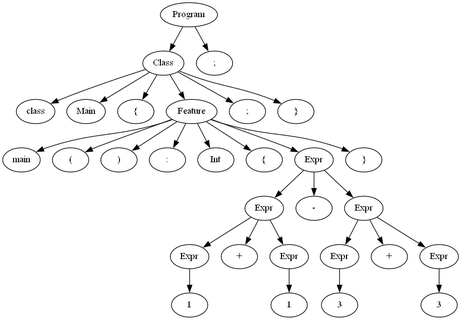
The Graphviz diagram output.gv.png in Manuel-Archila/Proyecto0_CC, before a commit. Its source is kept beside it as output.gv. Source of this version:
```dot
digraph {
	0 [label=Program]
	0 -> 1
	1 [label=Class]
	1 -> 2
	2 [label=class]
	1 -> 3
	3 [label=Main]
	1 -> 4
	4 [label="{"]
	1 -> 5
	5 [label=Feature]
	5 -> 6
	6 [label=main]
	5 -> 7
	7 [label="("]
	5 -> 8
	8 [label=")"]
	5 -> 9
	9 [label=":"]
	5 -> 10
	10 [label=Int]
	5 -> 11
	11 [label="{"]
	5 -> 12
	12 [label=Expr]
	12 -> 13
	13 [label=Expr]
	13 -> 14
	14 [label=Expr]
	14 -> 15
	15 [label=1]
	13 -> 16
	16 [label="+"]
	13 -> 17
	17 [label=Expr]
	17 -> 18
	18 [label=1]
	12 -> 19
	19 [label="-"]
	12 -> 20
	20 [label=Expr]
	20 -> 21
	21 [label=Expr]
	21 -> 22
	22 [label=3]
	20 -> 23
	23 [label="+"]
	20 -> 24
	24 [label=Expr]
	24 -> 25
	25 [label=3]
	5 -> 26
	26 [label="}"]
	1 -> 27
	27 [label=";"]
	1 -> 28
	28 [label="}"]
	0 -> 29
	29 [label=";"]
}
```
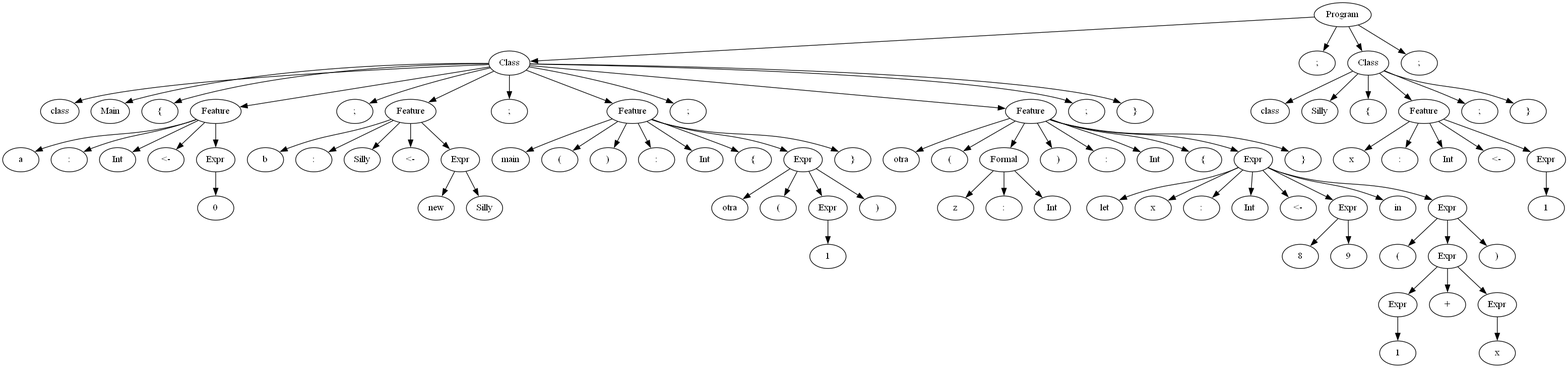
Later version of the same file.

Diff of the diagram source:
```diff
@@ -11,51 +11,161 @@
 	1 -> 5
 	5 [label=Feature]
 	5 -> 6
-	6 [label=main]
+	6 [label=a]
 	5 -> 7
-	7 [label="("]
+	7 [label=":"]
 	5 -> 8
-	8 [label=")"]
+	8 [label=Int]
 	5 -> 9
-	9 [label=":"]
+	9 [label="<-"]
 	5 -> 10
-	10 [label=Int]
-	5 -> 11
-	11 [label="{"]
-	5 -> 12
-	12 [label=Expr]
-	12 -> 13
-	13 [label=Expr]
+	10 [label=Expr]
+	10 -> 11
+	11 [label=0]
+	1 -> 12
+	12 [label=";"]
+	1 -> 13
+	13 [label=Feature]
 	13 -> 14
-	14 [label=Expr]
-	14 -> 15
-	15 [label=1]
+	14 [label=b]
+	13 -> 15
+	15 [label=":"]
 	13 -> 16
-	16 [label="+"]
+	16 [label=Silly]
 	13 -> 17
-	17 [label=Expr]
-	17 -> 18
-	18 [label=1]
-	12 -> 19
-	19 [label="-"]
-	12 -> 20
-	20 [label=Expr]
-	20 -> 21
-	21 [label=Expr]
-	21 -> 22
-	22 [label=3]
-	20 -> 23
-	23 [label="+"]
-	20 -> 24
-	24 [label=Expr]
-	24 -> 25
-	25 [label=3]
-	5 -> 26
-	26 [label="}"]
-	1 -> 27
-	27 [label=";"]
-	1 -> 28
-	28 [label="}"]
-	0 -> 29
-	29 [label=";"]
+	17 [label="<-"]
+	13 -> 18
+	18 [label=Expr]
+	18 -> 19
+	19 [label=new]
+	18 -> 20
+	20 [label=Silly]
+	1 -> 21
+	21 [label=";"]
+	1 -> 22
+	22 [label=Feature]
+	22 -> 23
+	23 [label=main]
+	22 -> 24
+	24 [label="("]
+	22 -> 25
+	25 [label=")"]
+	22 -> 26
+	26 [label=":"]
+	22 -> 27
+	27 [label=Int]
+	22 -> 28
+	28 [label="{"]
+	22 -> 29
+	29 [label=Expr]
+	29 -> 30
+	30 [label=otra]
+	29 -> 31
+	31 [label="("]
+	29 -> 32
+	32 [label=Expr]
+	32 -> 33
+	33 [label=1]
+	29 -> 34
+	34 [label=")"]
+	22 -> 35
+	35 [label="}"]
+	1 -> 36
+	36 [label=";"]
+	1 -> 37
+	37 [label=Feature]
+	37 -> 38
+	38 [label=otra]
+	37 -> 39
+	39 [label="("]
+	37 -> 40
+	40 [label=Formal]
+	40 -> 41
+	41 [label=z]
+	40 -> 42
+	42 [label=":"]
+	40 -> 43
+	43 [label=Int]
+	37 -> 44
+	44 [label=")"]
+	37 -> 45
+	45 [label=":"]
+	37 -> 46
+	46 [label=Int]
+	37 -> 47
+	47 [label="{"]
+	37 -> 48
+	48 [label=Expr]
+	48 -> 49
+	49 [label=let]
+	48 -> 50
+	50 [label=x]
+	48 -> 51
+	51 [label=":"]
+	48 -> 52
+	52 [label=Int]
+	48 -> 53
+	53 [label="<-"]
+	48 -> 54
+	54 [label=Expr]
+	54 -> 55
+	55 [label=8]
+	54 -> 56
+	56 [label=9]
+	48 -> 57
+	57 [label=in]
+	48 -> 58
+	58 [label=Expr]
+	58 -> 59
+	59 [label="("]
+	58 -> 60
+	60 [label=Expr]
+	60 -> 61
+	61 [label=Expr]
+	61 -> 62
+	62 [label=1]
+	60 -> 63
+	63 [label="+"]
+	60 -> 64
+	64 [label=Expr]
+	64 -> 65
+	65 [label=x]
+	58 -> 66
+	66 [label=")"]
+	37 -> 67
+	67 [label="}"]
+	1 -> 68
+	68 [label=";"]
+	1 -> 69
+	69 [label="}"]
+	0 -> 70
+	70 [label=";"]
+	0 -> 71
+	71 [label=Class]
+	71 -> 72
+	72 [label=class]
+	71 -> 73
+	73 [label=Silly]
+	71 -> 74
+	74 [label="{"]
+	71 -> 75
+	75 [label=Feature]
+	75 -> 76
+	76 [label=x]
+	75 -> 77
+	77 [label=":"]
+	75 -> 78
+	78 [label=Int]
+	75 -> 79
+	79 [label="<-"]
+	75 -> 80
+	80 [label=Expr]
+	80 -> 81
+	81 [label=1]
+	71 -> 82
+	82 [label=";"]
+	71 -> 83
+	83 [label="}"]
+	0 -> 84
+	84 [label=";"]
 }
```
